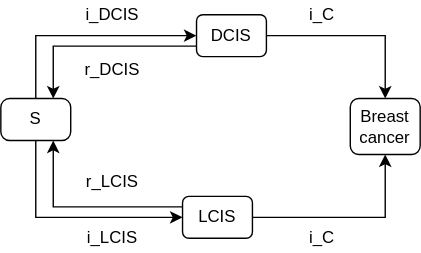
The draw.io diagram docs/source/gbd2017_models/concept_models/vivarium_swissre_breastcancer/compartmental_model_simple.svg in ihmeuw/vivarium_research, before a commit. Source tidied: cells renumbered, new cells last; positions are measured from the earlier drawing's top-left corner, leaving out a move shared by most shapes.
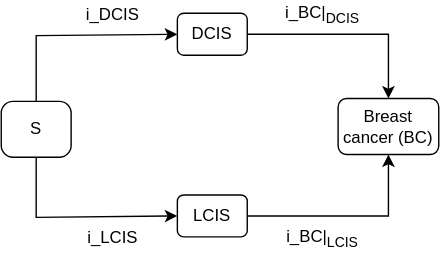
Later version of the same file.

Commit message:
update of concept model after meeting with swes

What changed in the source:
```diff
@@ -17,28 +17,22 @@
       </mxGeometry>
     </mxCell>
     <mxCell id="4" value="S" style="rounded=1;whiteSpace=wrap;html=1;arcSize=21;" parent="1" vertex="1">
-      <mxGeometry y="70" width="50" height="30" as="geometry" />
+      <mxGeometry y="72" width="50" height="40" as="geometry" />
     </mxCell>
     <mxCell id="5" style="edgeStyle=orthogonalEdgeStyle;rounded=0;jettySize=auto;html=1;exitX=1;exitY=0.5;exitDx=0;exitDy=0;entryX=0.5;entryY=0;entryDx=0;entryDy=0;" parent="1" edge="1" source="7" target="11">
       <mxGeometry relative="1" as="geometry" />
     </mxCell>
-    <mxCell id="6" style="edgeStyle=orthogonalEdgeStyle;rounded=0;jettySize=auto;html=1;exitX=0;exitY=0.75;exitDx=0;exitDy=0;entryX=0.75;entryY=0;entryDx=0;entryDy=0;" parent="1" edge="1" source="7" target="4">
-      <mxGeometry relative="1" as="geometry" />
-    </mxCell>
     <mxCell id="7" value="DCIS" style="rounded=1;whiteSpace=wrap;html=1;" parent="1" vertex="1">
-      <mxGeometry x="140" y="10" width="50" height="30" as="geometry" />
+      <mxGeometry x="126" y="9" width="50" height="30" as="geometry" />
     </mxCell>
     <mxCell id="8" style="edgeStyle=orthogonalEdgeStyle;rounded=0;jettySize=auto;html=1;exitX=1;exitY=0.5;exitDx=0;exitDy=0;entryX=0.5;entryY=1;entryDx=0;entryDy=0;" parent="1" edge="1" source="10" target="11">
       <mxGeometry relative="1" as="geometry" />
     </mxCell>
-    <mxCell id="9" style="edgeStyle=orthogonalEdgeStyle;rounded=0;jettySize=auto;html=1;exitX=0;exitY=0.25;exitDx=0;exitDy=0;entryX=0.75;entryY=1;entryDx=0;entryDy=0;" parent="1" edge="1" source="10" target="4">
-      <mxGeometry relative="1" as="geometry" />
-    </mxCell>
     <mxCell id="10" value="LCIS" style="rounded=1;whiteSpace=wrap;html=1;" parent="1" vertex="1">
-      <mxGeometry x="130" y="140" width="50" height="30" as="geometry" />
+      <mxGeometry x="126" y="139" width="50" height="30" as="geometry" />
     </mxCell>
-    <mxCell id="11" value="Breast cancer" style="rounded=1;whiteSpace=wrap;html=1;" parent="1" vertex="1">
-      <mxGeometry x="250" y="70" width="50" height="40" as="geometry" />
+    <mxCell id="11" value="Breast cancer (BC)" style="rounded=1;whiteSpace=wrap;html=1;" parent="1" vertex="1">
+      <mxGeometry x="241" y="70" width="72" height="40" as="geometry" />
     </mxCell>
     <mxCell id="12" value="i_DCIS" style="text;html=1;strokeColor=none;fillColor=none;align=center;verticalAlign=middle;whiteSpace=wrap;rounded=0;" parent="1" vertex="1">
       <mxGeometry x="60" width="40" height="20" as="geometry" />
@@ -46,16 +40,10 @@
     <mxCell id="13" value="i_LCIS" style="text;html=1;strokeColor=none;fillColor=none;align=center;verticalAlign=middle;whiteSpace=wrap;rounded=0;" parent="1" vertex="1">
       <mxGeometry x="60" y="160" width="40" height="20" as="geometry" />
     </mxCell>
-    <mxCell id="14" value="r_DCIS" style="text;html=1;strokeColor=none;fillColor=none;align=center;verticalAlign=middle;whiteSpace=wrap;rounded=0;" parent="1" vertex="1">
-      <mxGeometry x="60" y="40" width="40" height="20" as="geometry" />
-    </mxCell>
-    <mxCell id="15" value="r_LCIS" style="text;html=1;strokeColor=none;fillColor=none;align=center;verticalAlign=middle;whiteSpace=wrap;rounded=0;" parent="1" vertex="1">
-      <mxGeometry x="60" y="120" width="40" height="20" as="geometry" />
-    </mxCell>
-    <mxCell id="16" value="i_C" style="text;html=1;strokeColor=none;fillColor=none;align=center;verticalAlign=middle;whiteSpace=wrap;rounded=0;" parent="1" vertex="1">
+    <mxCell id="16" value="i_BC|&lt;sub&gt;DCIS&lt;/sub&gt;" style="text;html=1;strokeColor=none;fillColor=none;align=center;verticalAlign=middle;whiteSpace=wrap;rounded=0;" parent="1" vertex="1">
       <mxGeometry x="210" width="40" height="20" as="geometry" />
     </mxCell>
-    <mxCell id="17" value="i_C" style="text;html=1;strokeColor=none;fillColor=none;align=center;verticalAlign=middle;whiteSpace=wrap;rounded=0;" parent="1" vertex="1">
+    <mxCell id="17" value="i_BC|&lt;sub&gt;LCIS&lt;/sub&gt;" style="text;html=1;strokeColor=none;fillColor=none;align=center;verticalAlign=middle;whiteSpace=wrap;rounded=0;" parent="1" vertex="1">
       <mxGeometry x="210" y="160" width="40" height="20" as="geometry" />
     </mxCell>
   </root>
```
